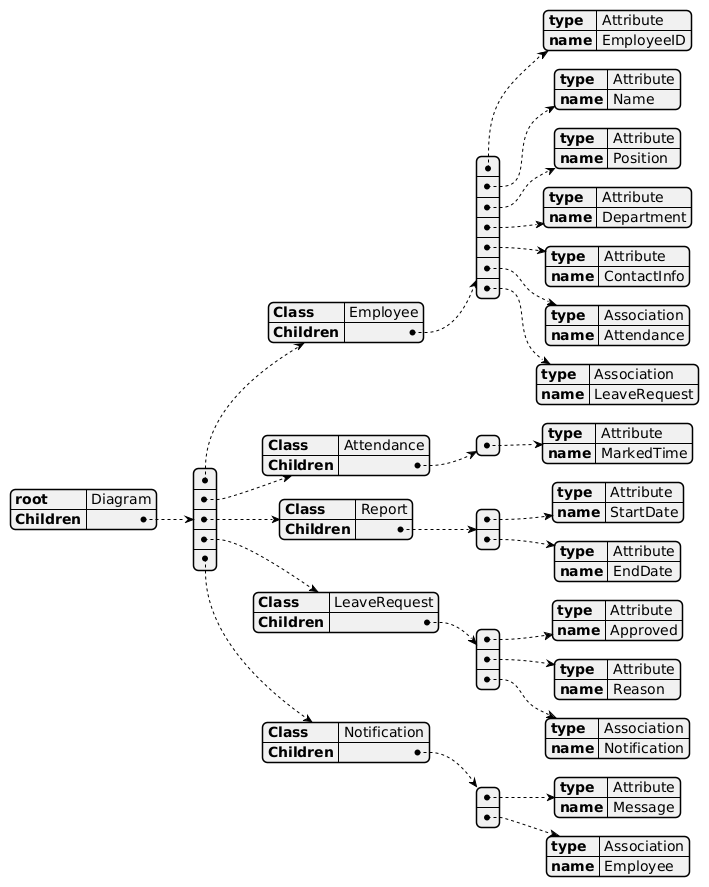
This is ast.png from FeisalAlaswad/GenClass-Running-Example, a PlantUML export, as it was before one commit. The source it was exported from:
```plantuml
@startjson
{
  "root": "Diagram",
  "Children": [
    {
      "Class": "Employee",
      "Children": [
        {"type": "Attribute", "name": "EmployeeID"},
        {"type": "Attribute", "name": "Name"},
        {"type": "Attribute", "name": "Position"},
        {"type": "Attribute", "name": "Department"},
        {"type": "Attribute", "name": "ContactInfo"},
        {"type": "Association", "name": "Attendance"},
        {"type": "Association", "name": "LeaveRequest"}
      ]
    },
    {
      "Class": "Attendance",
      "Children": [
        {"type": "Attribute", "name": "MarkedTime"}
      ]
    },
    {
      "Class": "Report",
      "Children": [
        {"type": "Attribute", "name": "StartDate"},
        {"type": "Attribute", "name": "EndDate"}
      ]
    },
    {
      "Class": "LeaveRequest",
      "Children": [
        {"type": "Attribute", "name": "Approved"},
        {"type": "Attribute", "name": "Reason"},
        {"type": "Association", "name": "Notification"}
      ]
    },
    {
      "Class": "Notification",
      "Children": [
        {"type": "Attribute", "name": "Message"},
        {"type": "Association", "name": "Employee"}
      ]
    }
  ]
}

@endjson
```
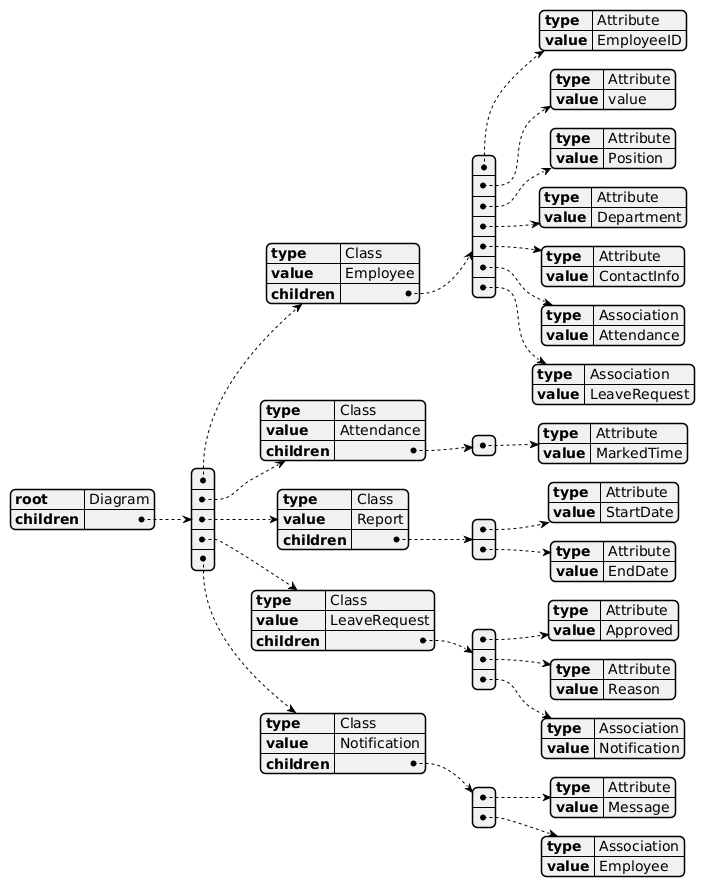
After the commit.

Change to the diagram source:
```diff
@@ -1,45 +1,50 @@
 @startjson
 {
   "root": "Diagram",
-  "Children": [
+  "children": [
     {
-      "Class": "Employee",
-      "Children": [
-        {"type": "Attribute", "name": "EmployeeID"},
-        {"type": "Attribute", "name": "Name"},
-        {"type": "Attribute", "name": "Position"},
-        {"type": "Attribute", "name": "Department"},
-        {"type": "Attribute", "name": "ContactInfo"},
-        {"type": "Association", "name": "Attendance"},
-        {"type": "Association", "name": "LeaveRequest"}
+      "type": "Class",
+      "value": "Employee",
+      "children": [
+        {"type": "Attribute", "value": "EmployeeID"},
+        {"type": "Attribute", "value": "value"},
+        {"type": "Attribute", "value": "Position"},
+        {"type": "Attribute", "value": "Department"},
+        {"type": "Attribute", "value": "ContactInfo"},
+        {"type": "Association", "value": "Attendance"},
+        {"type": "Association", "value": "LeaveRequest"}
       ]
     },
     {
-      "Class": "Attendance",
-      "Children": [
-        {"type": "Attribute", "name": "MarkedTime"}
+      "type": "Class",
+      "value": "Attendance",
+      "children": [
+        {"type": "Attribute", "value": "MarkedTime"}
       ]
     },
     {
-      "Class": "Report",
-      "Children": [
-        {"type": "Attribute", "name": "StartDate"},
-        {"type": "Attribute", "name": "EndDate"}
+      "type": "Class",
+      "value": "Report",
+      "children": [
+        {"type": "Attribute", "value": "StartDate"},
+        {"type": "Attribute", "value": "EndDate"}
       ]
     },
     {
-      "Class": "LeaveRequest",
-      "Children": [
-        {"type": "Attribute", "name": "Approved"},
-        {"type": "Attribute", "name": "Reason"},
-        {"type": "Association", "name": "Notification"}
+      "type": "Class",
+      "value": "LeaveRequest",
+      "children": [
+        {"type": "Attribute", "value": "Approved"},
+        {"type": "Attribute", "value": "Reason"},
+        {"type": "Association", "value": "Notification"}
       ]
     },
     {
-      "Class": "Notification",
-      "Children": [
-        {"type": "Attribute", "name": "Message"},
-        {"type": "Association", "name": "Employee"}
+      "type": "Class",
+      "value": "Notification",
+      "children": [
+        {"type": "Attribute", "value": "Message"},
+        {"type": "Association", "value": "Employee"}
       ]
     }
   ]
```
